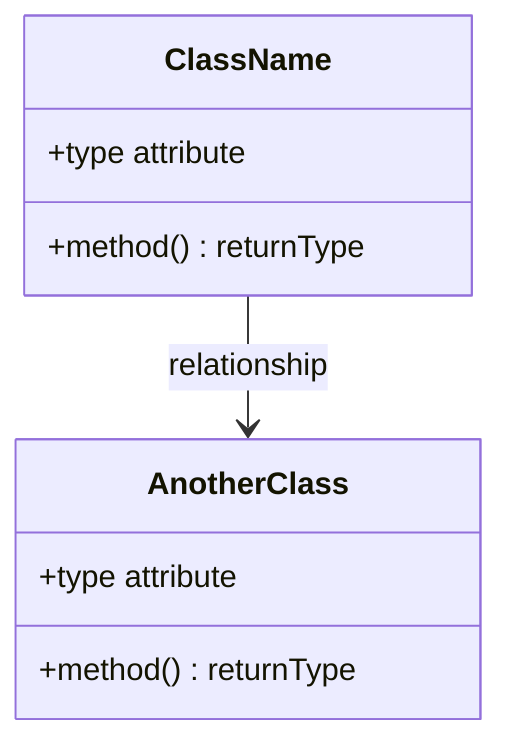
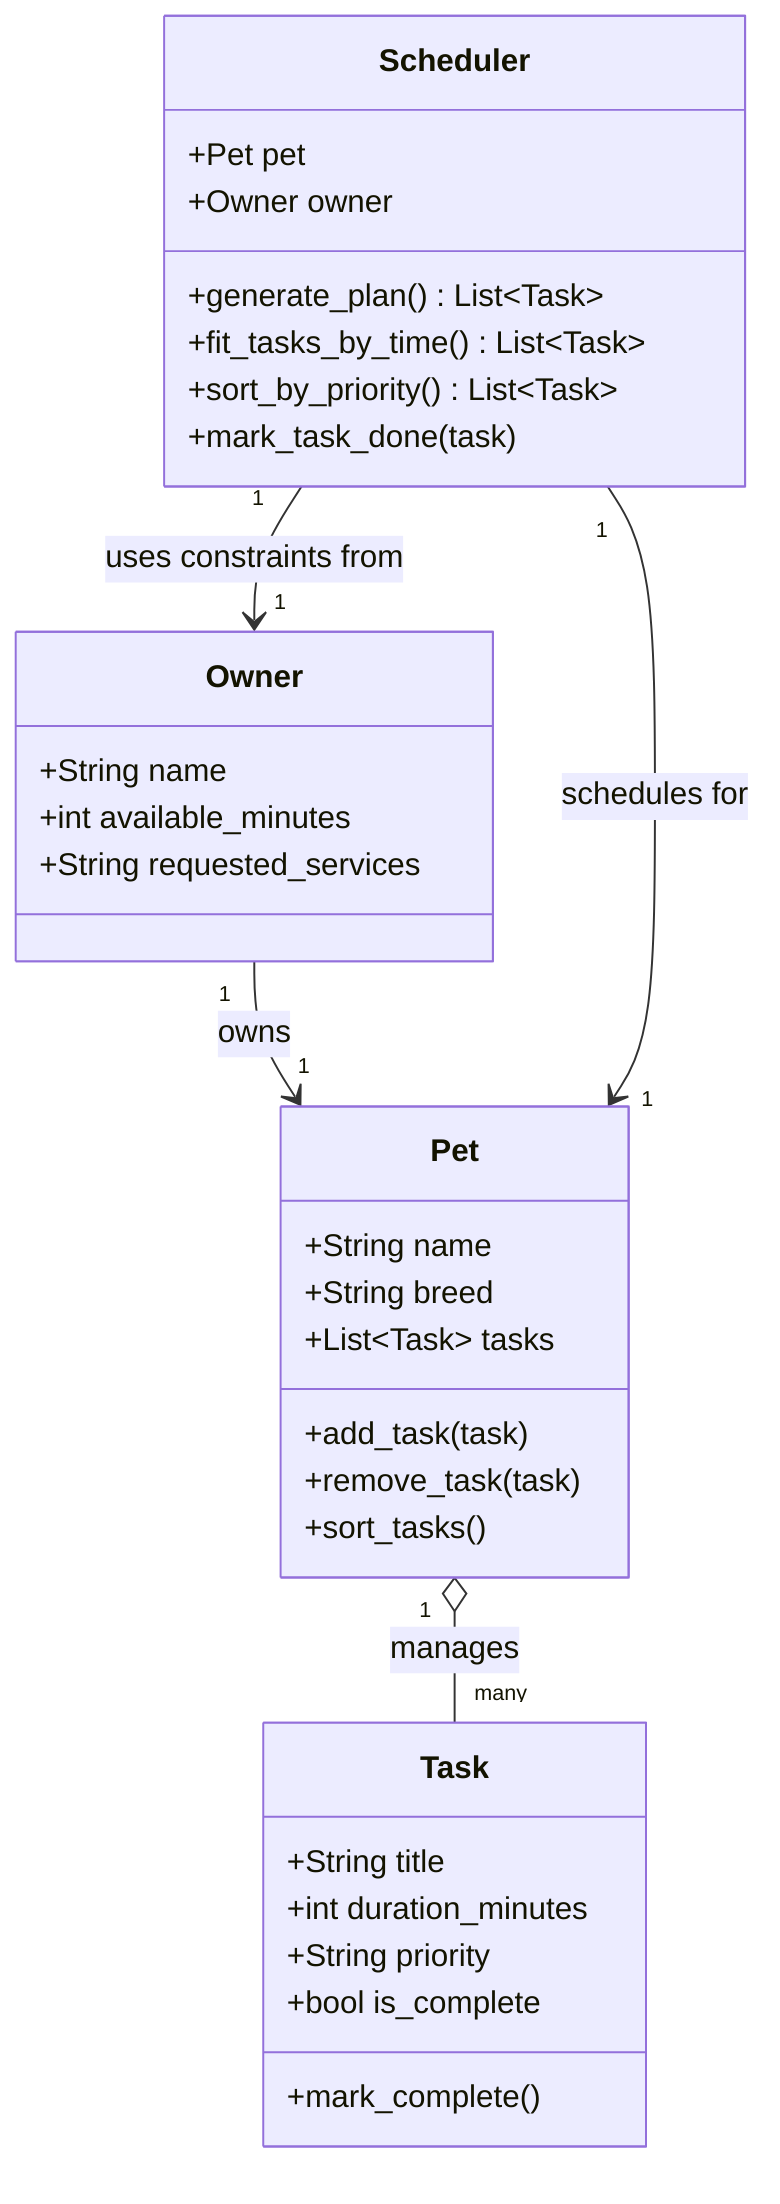
classDiagram
    %% Replace the placeholders below with your actual classes, attributes, methods, and relationships.
    %% Keep this file updated so it matches your final implementation.
- 
-     class ClassName {
-         +type attribute
-         +method() returnType
+     class Owner {
+         +String name
+         +int available_minutes
+         +String requested_services
    }

-     class AnotherClass {
-         +type attribute
-         +method() returnType
+     class Pet {
+         +String name
+         +String breed
+         +List~Task~ tasks
+         +add_task(task)
+         +remove_task(task)
+         +sort_tasks()
    }

-     ClassName --> AnotherClass : relationship
+     class Task {
+         +String title
+         +int duration_minutes
+         +String priority
+         +bool is_complete
+         +mark_complete()
+     }
+ 
+     class Scheduler {
+         +Pet pet
+         +Owner owner
+         +generate_plan() List~Task~
+         +fit_tasks_by_time() List~Task~
+         +sort_by_priority() List~Task~
+         +mark_task_done(task)
+     }
+ 
+     Owner "1" --> "1" Pet : owns
+     Pet "1" o-- "many" Task : manages
+     Scheduler "1" --> "1" Pet : schedules for
+     Scheduler "1" --> "1" Owner : uses constraints from
+ 
